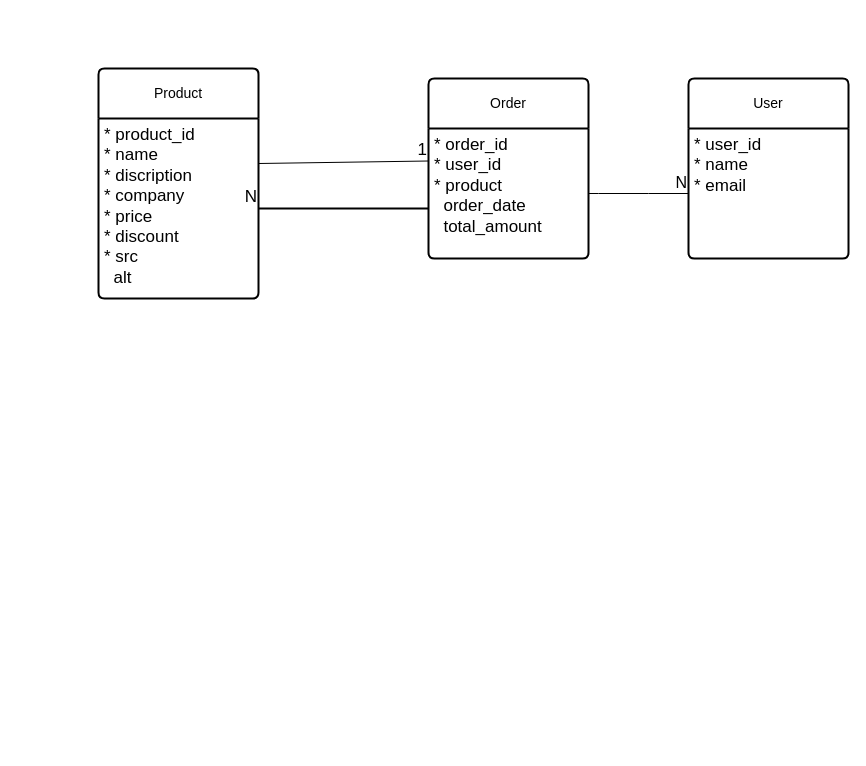
Before: flowchart/未命名绘图.drawio in Hakxep-wuqpuk-hyrze8/Frontend-Mentor-Practice, a draw.io diagram. Source tidied: cells renumbered, new cells numbered last; positions are measured from the earlier drawing's top-left corner, leaving out a move shared by most shapes. Both pictures are drawn from the tidied source at 100%, with x=0, y=0 at pixel (98, 68).
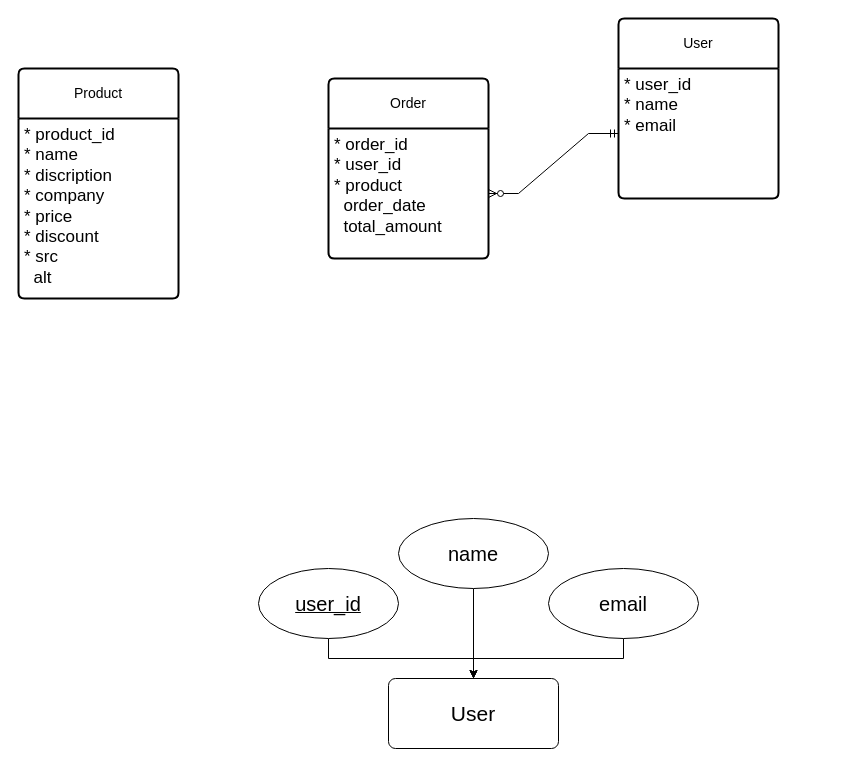
The same diagram, later.

Diff of the diagram source:
```diff
@@
 <mxGraphModel>
   <root>
     <mxCell id="0" />
     <mxCell id="1" parent="0" />
     <mxCell id="2" value="Product" style="swimlane;horizontal=1;startSize=50;rounded=1;fontSize=14;fontStyle=0;strokeWidth=2;shadow=0;dashed=0;align=center;arcSize=4;whiteSpace=wrap;html=1;" parent="1" vertex="1">
-      <mxGeometry width="160" height="230" as="geometry" />
+      <mxGeometry x="-80" width="160" height="230" as="geometry" />
     </mxCell>
     <mxCell id="3" value="&lt;font style=&quot;font-size: 17px;&quot;&gt;* product_id&lt;br&gt;* name&lt;br&gt;* discription&lt;br&gt;* company&lt;br&gt;* price&lt;br&gt;* discount&lt;br&gt;* src&amp;nbsp;&lt;br&gt;&amp;nbsp; alt&lt;br&gt;&lt;/font&gt;" style="align=left;strokeColor=none;fillColor=none;spacingLeft=4;fontSize=12;verticalAlign=top;html=1;" parent="2" vertex="1">
       <mxGeometry y="50" width="160" height="180" as="geometry" />
     </mxCell>
     <mxCell id="4" value="User" style="swimlane;horizontal=1;startSize=50;rounded=1;fontSize=14;fontStyle=0;strokeWidth=2;shadow=0;dashed=0;align=center;arcSize=4;whiteSpace=wrap;html=1;" parent="1" vertex="1">
-      <mxGeometry x="590" y="10" width="160" height="180" as="geometry" />
+      <mxGeometry x="520" y="-50" width="160" height="180" as="geometry" />
     </mxCell>
     <mxCell id="5" value="&lt;font style=&quot;font-size: 17px;&quot;&gt;* user_id&lt;br&gt;* name&lt;br&gt;* email&lt;br&gt;&lt;/font&gt;" style="align=left;strokeColor=none;fillColor=none;spacingLeft=4;fontSize=12;verticalAlign=top;html=1;" parent="4" vertex="1">
       <mxGeometry y="50" width="160" height="130" as="geometry" />
     </mxCell>
     <mxCell id="6" value="Order" style="swimlane;horizontal=1;startSize=50;rounded=1;fontSize=14;fontStyle=0;strokeWidth=2;shadow=0;dashed=0;align=center;arcSize=4;whiteSpace=wrap;html=1;" parent="1" vertex="1">
-      <mxGeometry x="330" y="10" width="160" height="180" as="geometry" />
+      <mxGeometry x="230" y="10" width="160" height="180" as="geometry" />
     </mxCell>
     <mxCell id="7" value="&lt;font style=&quot;font-size: 17px;&quot;&gt;* order_id&lt;br&gt;* user_id&lt;br&gt;* product&amp;nbsp;&lt;br&gt;&amp;nbsp; order_date&lt;br&gt;&amp;nbsp; total_amount&lt;br&gt;&lt;/font&gt;" style="align=left;strokeColor=none;fillColor=none;spacingLeft=4;fontSize=12;verticalAlign=top;html=1;" parent="6" vertex="1">
       <mxGeometry y="50" width="160" height="130" as="geometry" />
     </mxCell>
-    <mxCell id="8" style="endArrow=none;html=1;rounded=0;exitX=1;exitY=0.5;exitDx=0;exitDy=0;strokeWidth=1;labelPosition=center;verticalLabelPosition=top;align=center;verticalAlign=bottom;entryX=0;entryY=0.5;entryDx=0;entryDy=0;" parent="1" edge="1" source="7" target="5">
-      <mxGeometry relative="1" as="geometry">
-        <Array as="points">
-          <mxPoint x="500" y="125" />
-          <mxPoint x="550" y="125" />
-        </Array>
-      </mxGeometry>
-    </mxCell>
-    <mxCell id="9" value="N" style="html=1;whiteSpace=wrap;align=right;verticalAlign=bottom;fontSize=16;" parent="8" vertex="1">
-      <mxGeometry x="1" relative="1" as="geometry" />
-    </mxCell>
-    <mxCell id="10" style="endArrow=none;html=1;rounded=0;entryX=1;entryY=0.5;entryDx=0;entryDy=0;strokeWidth=2;" parent="1" edge="1" target="3">
-      <mxGeometry relative="1" as="geometry">
-        <mxPoint x="330" y="140" as="sourcePoint" />
-      </mxGeometry>
-    </mxCell>
-    <mxCell id="11" value="N" style="html=1;whiteSpace=wrap;align=right;verticalAlign=bottom;fontSize=17;" parent="10" vertex="1">
-      <mxGeometry x="1" relative="1" as="geometry" />
-    </mxCell>
-    <mxCell id="12" style="endArrow=none;html=1;rounded=0;exitX=1;exitY=0.25;exitDx=0;exitDy=0;entryX=0;entryY=0.25;entryDx=0;entryDy=0;" parent="1" edge="1" source="3" target="7">
-      <mxGeometry relative="1" as="geometry" />
-    </mxCell>
-    <mxCell id="13" value="1" style="html=1;whiteSpace=wrap;align=right;verticalAlign=bottom;fontSize=17;" parent="12" vertex="1">
-      <mxGeometry x="1" relative="1" as="geometry" />
-    </mxCell>
+    <mxCell id="14" style="edgeStyle=entityRelationEdgeStyle;fontSize=12;html=1;endArrow=ERzeroToMany;startArrow=ERmandOne;rounded=0;entryX=1;entryY=0.5;entryDx=0;entryDy=0;exitX=0;exitY=0.5;exitDx=0;exitDy=0;" parent="1" edge="1" source="5" target="7">
+      <mxGeometry relative="1" as="geometry" />
+    </mxCell>
+    <mxCell id="15" value="&lt;font style=&quot;font-size: 21px;&quot;&gt;User&lt;/font&gt;" style="rounded=1;arcSize=10;whiteSpace=wrap;html=1;align=center;" parent="1" vertex="1">
+      <mxGeometry x="290" y="610" width="170" height="70" as="geometry" />
+    </mxCell>
+    <mxCell id="16" style="edgeStyle=orthogonalEdgeStyle;rounded=0;jettySize=auto;html=1;" parent="1" edge="1" source="17" target="15">
+      <mxGeometry relative="1" as="geometry" />
+    </mxCell>
+    <mxCell id="17" value="&lt;font style=&quot;font-size: 20px;&quot;&gt;user_id&lt;/font&gt;" style="ellipse;whiteSpace=wrap;html=1;align=center;fontStyle=4;" parent="1" vertex="1">
+      <mxGeometry x="160" y="500" width="140" height="70" as="geometry" />
+    </mxCell>
+    <mxCell id="18" style="edgeStyle=orthogonalEdgeStyle;rounded=0;jettySize=auto;html=1;" parent="1" edge="1" source="19" target="15">
+      <mxGeometry relative="1" as="geometry" />
+    </mxCell>
+    <mxCell id="19" value="&lt;font style=&quot;font-size: 20px;&quot;&gt;name&lt;/font&gt;" style="ellipse;whiteSpace=wrap;html=1;align=center;" parent="1" vertex="1">
+      <mxGeometry x="300" y="450" width="150" height="70" as="geometry" />
+    </mxCell>
+    <mxCell id="20" style="edgeStyle=orthogonalEdgeStyle;rounded=0;jettySize=auto;html=1;" parent="1" edge="1" source="21" target="15">
+      <mxGeometry relative="1" as="geometry" />
+    </mxCell>
+    <mxCell id="21" value="&lt;font style=&quot;font-size: 20px;&quot;&gt;email&lt;/font&gt;" style="ellipse;whiteSpace=wrap;html=1;align=center;" parent="1" vertex="1">
+      <mxGeometry x="450" y="500" width="150" height="70" as="geometry" />
+    </mxCell>
   </root>
 </mxGraphModel>
```
